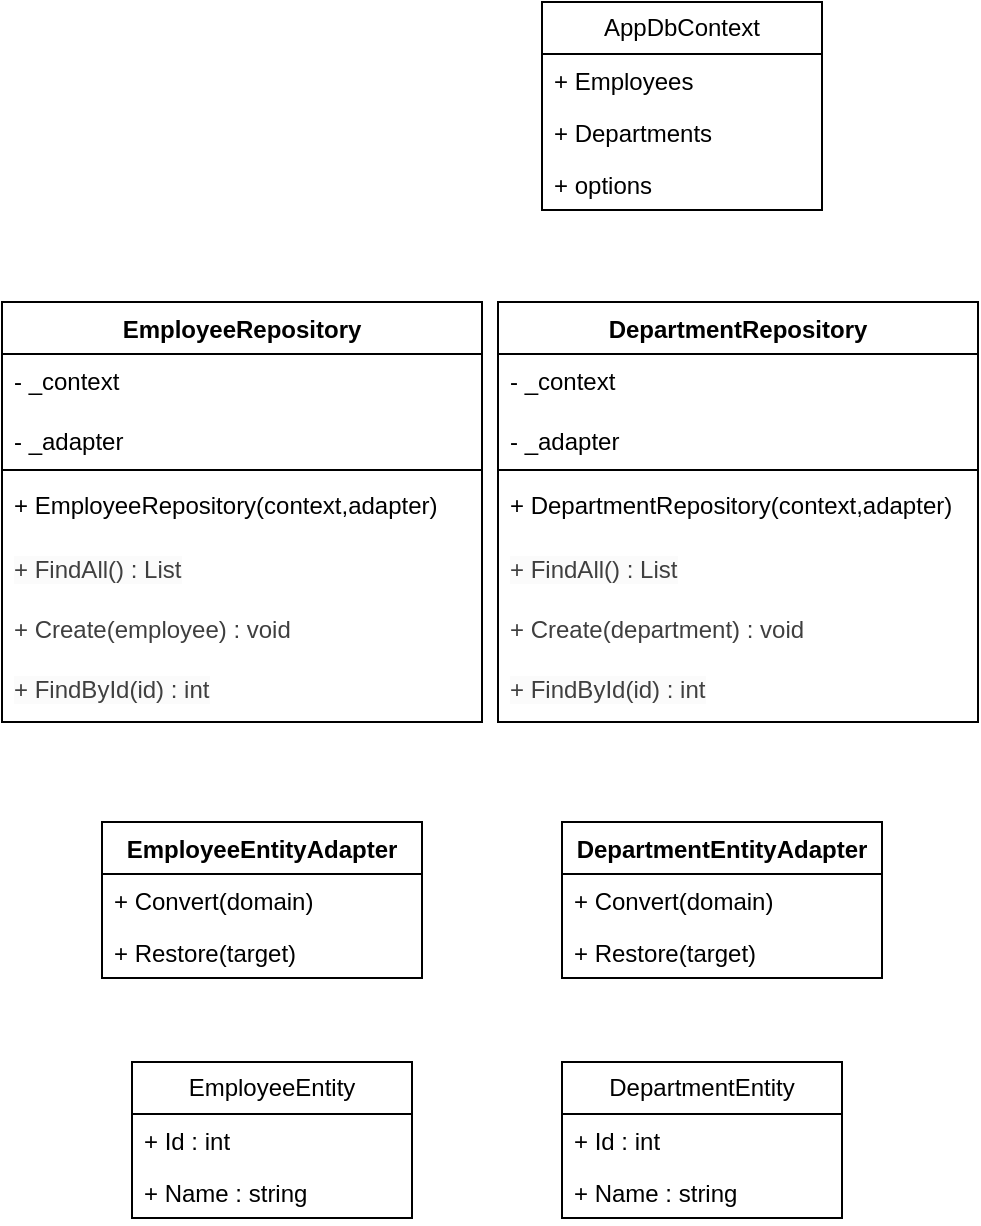
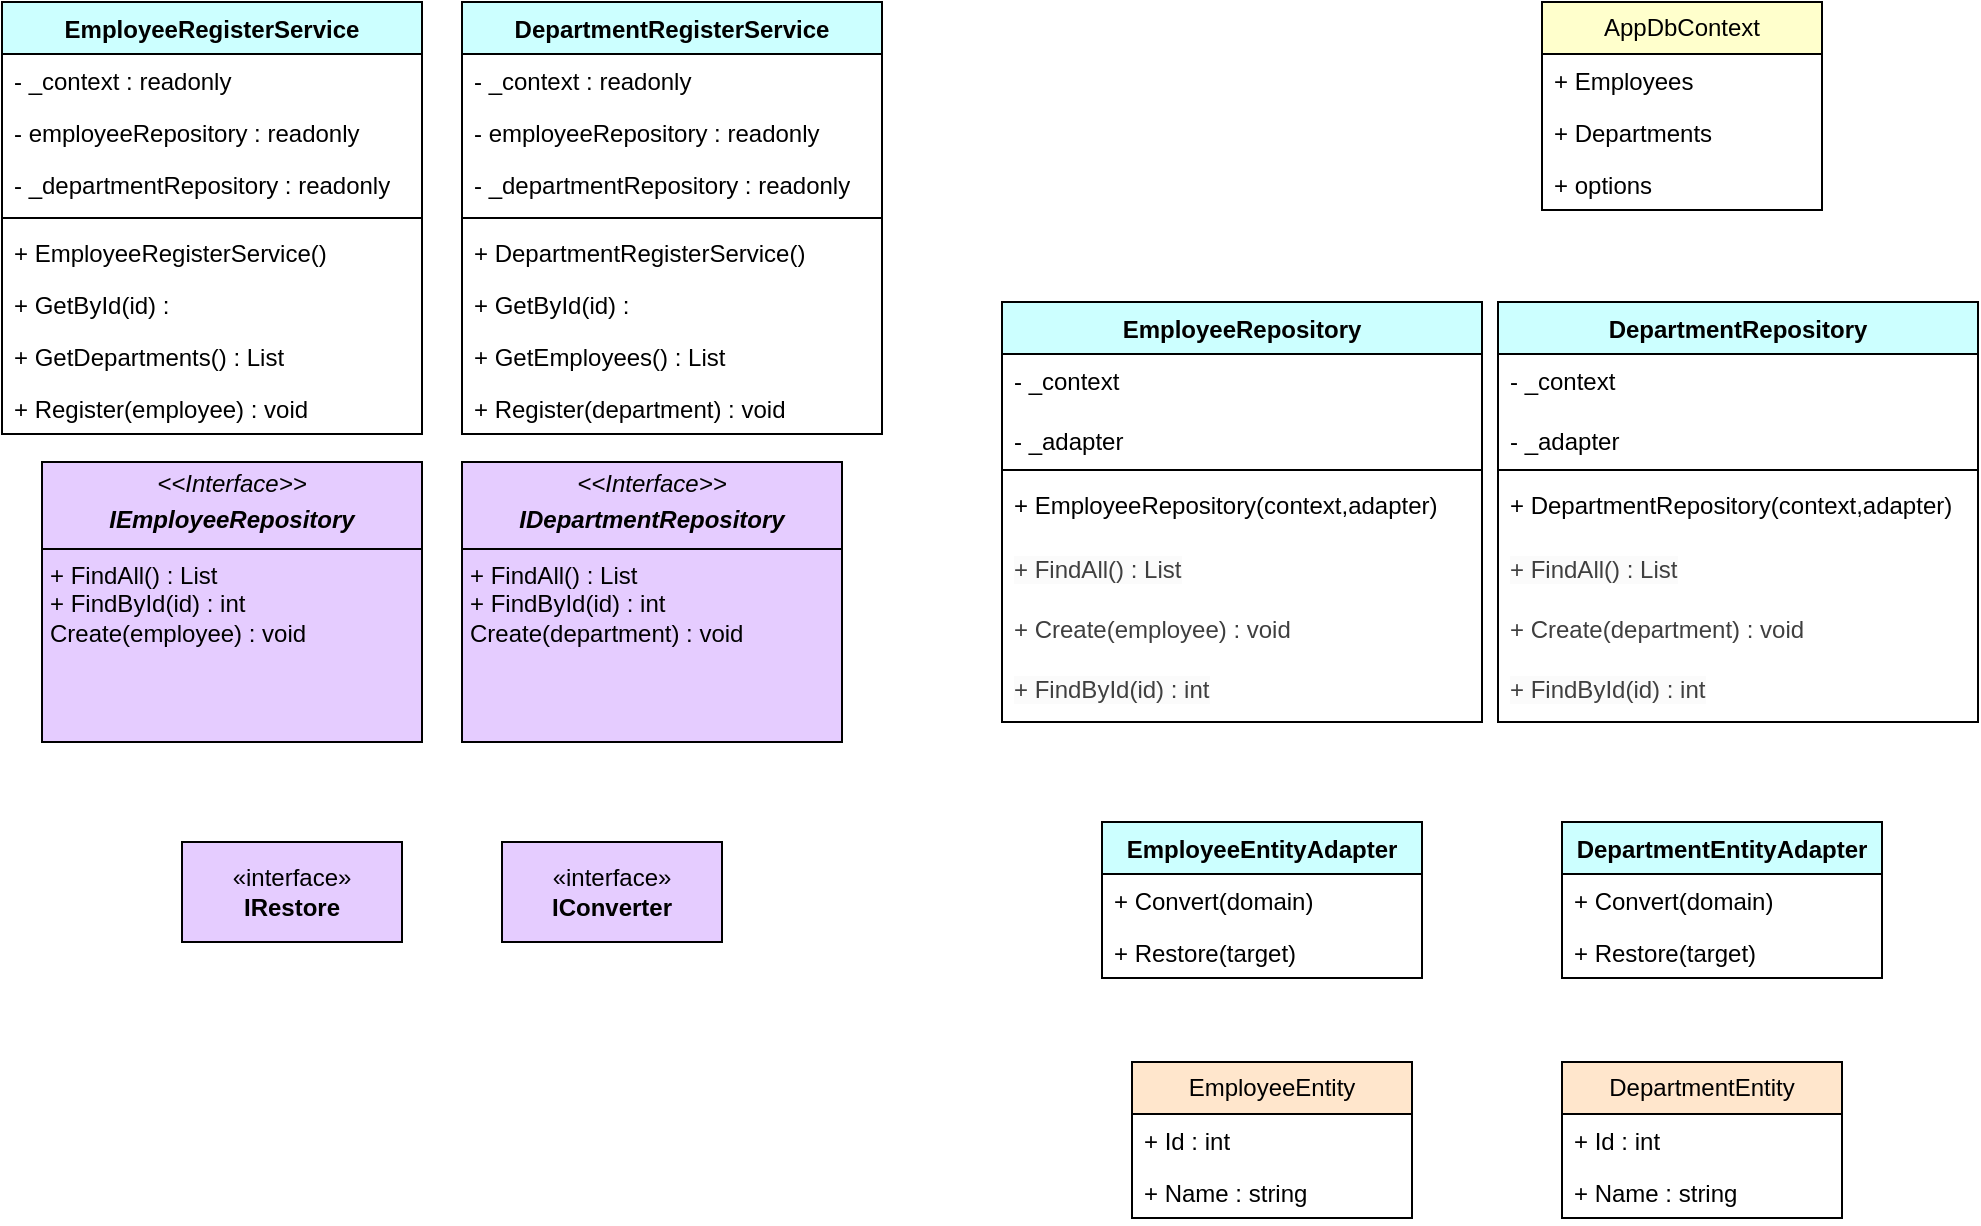
<mxfile host="65bd71144e">
    <diagram id="IGtY7Dwzj6m-QLftOtb3" name="ページ1">
-         <mxGraphModel dx="-2035" dy="8423" grid="1" gridSize="10" guides="1" tooltips="1" connect="1" arrows="1" fold="1" page="1" pageScale="1" pageWidth="827" pageHeight="1169" math="0" shadow="0">
+         <mxGraphModel dx="-1326" dy="8602" grid="1" gridSize="10" guides="1" tooltips="1" connect="1" arrows="1" fold="1" page="1" pageScale="1" pageWidth="827" pageHeight="1169" math="0" shadow="0">
            <root>
                <mxCell id="0"/>
                <mxCell id="1" parent="0"/>
-                 <mxCell id="2" value="AppDbContext" style="swimlane;fontStyle=0;childLayout=stackLayout;horizontal=1;startSize=26;fillColor=none;horizontalStack=0;resizeParent=1;resizeParentMax=0;resizeLast=0;collapsible=1;marginBottom=0;whiteSpace=wrap;html=1;" vertex="1" parent="1">
+                 <mxCell id="2" value="AppDbContext" style="swimlane;fontStyle=0;childLayout=stackLayout;horizontal=1;startSize=26;fillColor=#FFFFCC;horizontalStack=0;resizeParent=1;resizeParentMax=0;resizeLast=0;collapsible=1;marginBottom=0;whiteSpace=wrap;html=1;" parent="1" vertex="1">
                    <mxGeometry x="3100" y="-7220" width="140" height="104" as="geometry"/>
                </mxCell>
-                 <mxCell id="3" value="+ Employees" style="text;strokeColor=none;fillColor=none;align=left;verticalAlign=top;spacingLeft=4;spacingRight=4;overflow=hidden;rotatable=0;points=[[0,0.5],[1,0.5]];portConstraint=eastwest;whiteSpace=wrap;html=1;" vertex="1" parent="2">
+                 <mxCell id="3" value="+ Employees" style="text;strokeColor=none;fillColor=none;align=left;verticalAlign=top;spacingLeft=4;spacingRight=4;overflow=hidden;rotatable=0;points=[[0,0.5],[1,0.5]];portConstraint=eastwest;whiteSpace=wrap;html=1;" parent="2" vertex="1">
                    <mxGeometry y="26" width="140" height="26" as="geometry"/>
                </mxCell>
-                 <mxCell id="4" value="+ Departments" style="text;strokeColor=none;fillColor=none;align=left;verticalAlign=top;spacingLeft=4;spacingRight=4;overflow=hidden;rotatable=0;points=[[0,0.5],[1,0.5]];portConstraint=eastwest;whiteSpace=wrap;html=1;" vertex="1" parent="2">
+                 <mxCell id="4" value="+ Departments" style="text;strokeColor=none;fillColor=none;align=left;verticalAlign=top;spacingLeft=4;spacingRight=4;overflow=hidden;rotatable=0;points=[[0,0.5],[1,0.5]];portConstraint=eastwest;whiteSpace=wrap;html=1;" parent="2" vertex="1">
                    <mxGeometry y="52" width="140" height="26" as="geometry"/>
                </mxCell>
-                 <mxCell id="5" value="+ options" style="text;strokeColor=none;fillColor=none;align=left;verticalAlign=top;spacingLeft=4;spacingRight=4;overflow=hidden;rotatable=0;points=[[0,0.5],[1,0.5]];portConstraint=eastwest;whiteSpace=wrap;html=1;" vertex="1" parent="2">
+                 <mxCell id="5" value="+ options" style="text;strokeColor=none;fillColor=none;align=left;verticalAlign=top;spacingLeft=4;spacingRight=4;overflow=hidden;rotatable=0;points=[[0,0.5],[1,0.5]];portConstraint=eastwest;whiteSpace=wrap;html=1;" parent="2" vertex="1">
                    <mxGeometry y="78" width="140" height="26" as="geometry"/>
                </mxCell>
-                 <mxCell id="10" value="&lt;span style=&quot;color: rgb(0, 0, 0);&quot;&gt;DepartmentRepository&lt;/span&gt;" style="swimlane;fontStyle=1;align=center;verticalAlign=top;childLayout=stackLayout;horizontal=1;startSize=26;horizontalStack=0;resizeParent=1;resizeParentMax=0;resizeLast=0;collapsible=1;marginBottom=0;whiteSpace=wrap;html=1;" vertex="1" parent="1">
+                 <mxCell id="10" value="&lt;span style=&quot;color: rgb(0, 0, 0);&quot;&gt;DepartmentRepository&lt;/span&gt;" style="swimlane;fontStyle=1;align=center;verticalAlign=top;childLayout=stackLayout;horizontal=1;startSize=26;horizontalStack=0;resizeParent=1;resizeParentMax=0;resizeLast=0;collapsible=1;marginBottom=0;whiteSpace=wrap;html=1;fillColor=#CCFFFF;" parent="1" vertex="1">
                    <mxGeometry x="3078" y="-7070" width="240" height="210" as="geometry"/>
                </mxCell>
-                 <mxCell id="11" value="&lt;span style=&quot;color: rgb(0, 0, 0);&quot;&gt;- _context&lt;/span&gt;" style="text;strokeColor=none;fillColor=none;align=left;verticalAlign=top;spacingLeft=4;spacingRight=4;overflow=hidden;rotatable=0;points=[[0,0.5],[1,0.5]];portConstraint=eastwest;whiteSpace=wrap;html=1;" vertex="1" parent="10">
+                 <mxCell id="11" value="&lt;span style=&quot;color: rgb(0, 0, 0);&quot;&gt;- _context&lt;/span&gt;" style="text;strokeColor=none;fillColor=none;align=left;verticalAlign=top;spacingLeft=4;spacingRight=4;overflow=hidden;rotatable=0;points=[[0,0.5],[1,0.5]];portConstraint=eastwest;whiteSpace=wrap;html=1;" parent="10" vertex="1">
                    <mxGeometry y="26" width="240" height="30" as="geometry"/>
                </mxCell>
-                 <mxCell id="17" value="&lt;span style=&quot;color: rgb(0, 0, 0);&quot;&gt;- _adapter&lt;/span&gt;" style="text;strokeColor=none;fillColor=none;align=left;verticalAlign=top;spacingLeft=4;spacingRight=4;overflow=hidden;rotatable=0;points=[[0,0.5],[1,0.5]];portConstraint=eastwest;whiteSpace=wrap;html=1;" vertex="1" parent="10">
+                 <mxCell id="17" value="&lt;span style=&quot;color: rgb(0, 0, 0);&quot;&gt;- _adapter&lt;/span&gt;" style="text;strokeColor=none;fillColor=none;align=left;verticalAlign=top;spacingLeft=4;spacingRight=4;overflow=hidden;rotatable=0;points=[[0,0.5],[1,0.5]];portConstraint=eastwest;whiteSpace=wrap;html=1;" parent="10" vertex="1">
                    <mxGeometry y="56" width="240" height="24" as="geometry"/>
                </mxCell>
-                 <mxCell id="12" value="" style="line;strokeWidth=1;fillColor=none;align=left;verticalAlign=middle;spacingTop=-1;spacingLeft=3;spacingRight=3;rotatable=0;labelPosition=right;points=[];portConstraint=eastwest;strokeColor=inherit;" vertex="1" parent="10">
+                 <mxCell id="12" value="" style="line;strokeWidth=1;fillColor=none;align=left;verticalAlign=middle;spacingTop=-1;spacingLeft=3;spacingRight=3;rotatable=0;labelPosition=right;points=[];portConstraint=eastwest;strokeColor=inherit;" parent="10" vertex="1">
                    <mxGeometry y="80" width="240" height="8" as="geometry"/>
                </mxCell>
-                 <mxCell id="13" value="+ DepartmentRepository(context,adapter)" style="text;strokeColor=none;fillColor=none;align=left;verticalAlign=top;spacingLeft=4;spacingRight=4;overflow=hidden;rotatable=0;points=[[0,0.5],[1,0.5]];portConstraint=eastwest;whiteSpace=wrap;html=1;" vertex="1" parent="10">
+                 <mxCell id="13" value="+ DepartmentRepository(context,adapter)" style="text;strokeColor=none;fillColor=none;align=left;verticalAlign=top;spacingLeft=4;spacingRight=4;overflow=hidden;rotatable=0;points=[[0,0.5],[1,0.5]];portConstraint=eastwest;whiteSpace=wrap;html=1;" parent="10" vertex="1">
                    <mxGeometry y="88" width="240" height="32" as="geometry"/>
                </mxCell>
-                 <mxCell id="16" value="&lt;div style=&quot;forced-color-adjust: none; color: rgb(63, 63, 63); scrollbar-color: rgb(226, 226, 226) rgb(251, 251, 251); font-family: Helvetica; font-size: 12px; font-style: normal; font-variant-ligatures: normal; font-variant-caps: normal; font-weight: 400; letter-spacing: normal; orphans: 2; text-align: left; text-indent: 0px; text-transform: none; widows: 2; word-spacing: 0px; -webkit-text-stroke-width: 0px; white-space: normal; background-color: rgb(251, 251, 251); text-decoration-thickness: initial; text-decoration-style: initial; text-decoration-color: initial;&quot;&gt;+ FindAll() : List&lt;/div&gt;" style="text;strokeColor=none;fillColor=none;align=left;verticalAlign=top;spacingLeft=4;spacingRight=4;overflow=hidden;rotatable=0;points=[[0,0.5],[1,0.5]];portConstraint=eastwest;whiteSpace=wrap;html=1;" vertex="1" parent="10">
+                 <mxCell id="16" value="&lt;div style=&quot;forced-color-adjust: none; color: rgb(63, 63, 63); scrollbar-color: rgb(226, 226, 226) rgb(251, 251, 251); font-family: Helvetica; font-size: 12px; font-style: normal; font-variant-ligatures: normal; font-variant-caps: normal; font-weight: 400; letter-spacing: normal; orphans: 2; text-align: left; text-indent: 0px; text-transform: none; widows: 2; word-spacing: 0px; -webkit-text-stroke-width: 0px; white-space: normal; background-color: rgb(251, 251, 251); text-decoration-thickness: initial; text-decoration-style: initial; text-decoration-color: initial;&quot;&gt;+ FindAll() : List&lt;/div&gt;" style="text;strokeColor=none;fillColor=none;align=left;verticalAlign=top;spacingLeft=4;spacingRight=4;overflow=hidden;rotatable=0;points=[[0,0.5],[1,0.5]];portConstraint=eastwest;whiteSpace=wrap;html=1;" parent="10" vertex="1">
                    <mxGeometry y="120" width="240" height="30" as="geometry"/>
                </mxCell>
-                 <mxCell id="14" value="&lt;div style=&quot;forced-color-adjust: none; color: rgb(63, 63, 63); scrollbar-color: rgb(226, 226, 226) rgb(251, 251, 251);&quot;&gt;+ Create(department) : void&lt;/div&gt;&lt;div style=&quot;forced-color-adjust: none; color: rgb(63, 63, 63); scrollbar-color: rgb(226, 226, 226) rgb(251, 251, 251);&quot;&gt;&lt;br&gt;&lt;/div&gt;" style="text;strokeColor=none;fillColor=none;align=left;verticalAlign=top;spacingLeft=4;spacingRight=4;overflow=hidden;rotatable=0;points=[[0,0.5],[1,0.5]];portConstraint=eastwest;whiteSpace=wrap;html=1;" vertex="1" parent="10">
+                 <mxCell id="14" value="&lt;div style=&quot;forced-color-adjust: none; color: rgb(63, 63, 63); scrollbar-color: rgb(226, 226, 226) rgb(251, 251, 251);&quot;&gt;+ Create(department) : void&lt;/div&gt;&lt;div style=&quot;forced-color-adjust: none; color: rgb(63, 63, 63); scrollbar-color: rgb(226, 226, 226) rgb(251, 251, 251);&quot;&gt;&lt;br&gt;&lt;/div&gt;" style="text;strokeColor=none;fillColor=none;align=left;verticalAlign=top;spacingLeft=4;spacingRight=4;overflow=hidden;rotatable=0;points=[[0,0.5],[1,0.5]];portConstraint=eastwest;whiteSpace=wrap;html=1;" parent="10" vertex="1">
                    <mxGeometry y="150" width="240" height="30" as="geometry"/>
                </mxCell>
-                 <mxCell id="15" value="&lt;div style=&quot;forced-color-adjust: none; color: rgb(63, 63, 63); scrollbar-color: rgb(226, 226, 226) rgb(251, 251, 251); font-family: Helvetica; font-size: 12px; font-style: normal; font-variant-ligatures: normal; font-variant-caps: normal; font-weight: 400; letter-spacing: normal; orphans: 2; text-align: left; text-indent: 0px; text-transform: none; widows: 2; word-spacing: 0px; -webkit-text-stroke-width: 0px; white-space: normal; background-color: rgb(251, 251, 251); text-decoration-thickness: initial; text-decoration-style: initial; text-decoration-color: initial;&quot;&gt;+ FindById(id) : int&lt;/div&gt;&lt;div&gt;&lt;br/&gt;&lt;/div&gt;" style="text;strokeColor=none;fillColor=none;align=left;verticalAlign=top;spacingLeft=4;spacingRight=4;overflow=hidden;rotatable=0;points=[[0,0.5],[1,0.5]];portConstraint=eastwest;whiteSpace=wrap;html=1;" vertex="1" parent="10">
+                 <mxCell id="15" value="&lt;div style=&quot;forced-color-adjust: none; color: rgb(63, 63, 63); scrollbar-color: rgb(226, 226, 226) rgb(251, 251, 251); font-family: Helvetica; font-size: 12px; font-style: normal; font-variant-ligatures: normal; font-variant-caps: normal; font-weight: 400; letter-spacing: normal; orphans: 2; text-align: left; text-indent: 0px; text-transform: none; widows: 2; word-spacing: 0px; -webkit-text-stroke-width: 0px; white-space: normal; background-color: rgb(251, 251, 251); text-decoration-thickness: initial; text-decoration-style: initial; text-decoration-color: initial;&quot;&gt;+ FindById(id) : int&lt;/div&gt;&lt;div&gt;&lt;br/&gt;&lt;/div&gt;" style="text;strokeColor=none;fillColor=none;align=left;verticalAlign=top;spacingLeft=4;spacingRight=4;overflow=hidden;rotatable=0;points=[[0,0.5],[1,0.5]];portConstraint=eastwest;whiteSpace=wrap;html=1;" parent="10" vertex="1">
                    <mxGeometry y="180" width="240" height="30" as="geometry"/>
                </mxCell>
-                 <mxCell id="18" value="&lt;span style=&quot;color: rgb(0, 0, 0);&quot;&gt;EmployeeRepository&lt;/span&gt;" style="swimlane;fontStyle=1;align=center;verticalAlign=top;childLayout=stackLayout;horizontal=1;startSize=26;horizontalStack=0;resizeParent=1;resizeParentMax=0;resizeLast=0;collapsible=1;marginBottom=0;whiteSpace=wrap;html=1;" vertex="1" parent="1">
+                 <mxCell id="18" value="&lt;span style=&quot;color: rgb(0, 0, 0);&quot;&gt;EmployeeRepository&lt;/span&gt;" style="swimlane;fontStyle=1;align=center;verticalAlign=top;childLayout=stackLayout;horizontal=1;startSize=26;horizontalStack=0;resizeParent=1;resizeParentMax=0;resizeLast=0;collapsible=1;marginBottom=0;whiteSpace=wrap;html=1;fillColor=#CCFFFF;" parent="1" vertex="1">
                    <mxGeometry x="2830" y="-7070" width="240" height="210" as="geometry"/>
                </mxCell>
-                 <mxCell id="19" value="&lt;span style=&quot;color: rgb(0, 0, 0);&quot;&gt;- _context&lt;/span&gt;" style="text;strokeColor=none;fillColor=none;align=left;verticalAlign=top;spacingLeft=4;spacingRight=4;overflow=hidden;rotatable=0;points=[[0,0.5],[1,0.5]];portConstraint=eastwest;whiteSpace=wrap;html=1;" vertex="1" parent="18">
+                 <mxCell id="19" value="&lt;span style=&quot;color: rgb(0, 0, 0);&quot;&gt;- _context&lt;/span&gt;" style="text;strokeColor=none;fillColor=none;align=left;verticalAlign=top;spacingLeft=4;spacingRight=4;overflow=hidden;rotatable=0;points=[[0,0.5],[1,0.5]];portConstraint=eastwest;whiteSpace=wrap;html=1;" parent="18" vertex="1">
                    <mxGeometry y="26" width="240" height="30" as="geometry"/>
                </mxCell>
-                 <mxCell id="20" value="&lt;span style=&quot;color: rgb(0, 0, 0);&quot;&gt;- _adapter&lt;/span&gt;" style="text;strokeColor=none;fillColor=none;align=left;verticalAlign=top;spacingLeft=4;spacingRight=4;overflow=hidden;rotatable=0;points=[[0,0.5],[1,0.5]];portConstraint=eastwest;whiteSpace=wrap;html=1;" vertex="1" parent="18">
+                 <mxCell id="20" value="&lt;span style=&quot;color: rgb(0, 0, 0);&quot;&gt;- _adapter&lt;/span&gt;" style="text;strokeColor=none;fillColor=none;align=left;verticalAlign=top;spacingLeft=4;spacingRight=4;overflow=hidden;rotatable=0;points=[[0,0.5],[1,0.5]];portConstraint=eastwest;whiteSpace=wrap;html=1;" parent="18" vertex="1">
                    <mxGeometry y="56" width="240" height="24" as="geometry"/>
                </mxCell>
-                 <mxCell id="21" value="" style="line;strokeWidth=1;fillColor=none;align=left;verticalAlign=middle;spacingTop=-1;spacingLeft=3;spacingRight=3;rotatable=0;labelPosition=right;points=[];portConstraint=eastwest;strokeColor=inherit;" vertex="1" parent="18">
+                 <mxCell id="21" value="" style="line;strokeWidth=1;fillColor=none;align=left;verticalAlign=middle;spacingTop=-1;spacingLeft=3;spacingRight=3;rotatable=0;labelPosition=right;points=[];portConstraint=eastwest;strokeColor=inherit;" parent="18" vertex="1">
                    <mxGeometry y="80" width="240" height="8" as="geometry"/>
                </mxCell>
-                 <mxCell id="22" value="+ EmployeeRepository(context,adapter)" style="text;strokeColor=none;fillColor=none;align=left;verticalAlign=top;spacingLeft=4;spacingRight=4;overflow=hidden;rotatable=0;points=[[0,0.5],[1,0.5]];portConstraint=eastwest;whiteSpace=wrap;html=1;" vertex="1" parent="18">
+                 <mxCell id="22" value="+ EmployeeRepository(context,adapter)" style="text;strokeColor=none;fillColor=none;align=left;verticalAlign=top;spacingLeft=4;spacingRight=4;overflow=hidden;rotatable=0;points=[[0,0.5],[1,0.5]];portConstraint=eastwest;whiteSpace=wrap;html=1;" parent="18" vertex="1">
                    <mxGeometry y="88" width="240" height="32" as="geometry"/>
                </mxCell>
-                 <mxCell id="23" value="&lt;div style=&quot;forced-color-adjust: none; color: rgb(63, 63, 63); scrollbar-color: rgb(226, 226, 226) rgb(251, 251, 251); font-family: Helvetica; font-size: 12px; font-style: normal; font-variant-ligatures: normal; font-variant-caps: normal; font-weight: 400; letter-spacing: normal; orphans: 2; text-align: left; text-indent: 0px; text-transform: none; widows: 2; word-spacing: 0px; -webkit-text-stroke-width: 0px; white-space: normal; background-color: rgb(251, 251, 251); text-decoration-thickness: initial; text-decoration-style: initial; text-decoration-color: initial;&quot;&gt;+ FindAll() : List&lt;/div&gt;" style="text;strokeColor=none;fillColor=none;align=left;verticalAlign=top;spacingLeft=4;spacingRight=4;overflow=hidden;rotatable=0;points=[[0,0.5],[1,0.5]];portConstraint=eastwest;whiteSpace=wrap;html=1;" vertex="1" parent="18">
+                 <mxCell id="23" value="&lt;div style=&quot;forced-color-adjust: none; color: rgb(63, 63, 63); scrollbar-color: rgb(226, 226, 226) rgb(251, 251, 251); font-family: Helvetica; font-size: 12px; font-style: normal; font-variant-ligatures: normal; font-variant-caps: normal; font-weight: 400; letter-spacing: normal; orphans: 2; text-align: left; text-indent: 0px; text-transform: none; widows: 2; word-spacing: 0px; -webkit-text-stroke-width: 0px; white-space: normal; background-color: rgb(251, 251, 251); text-decoration-thickness: initial; text-decoration-style: initial; text-decoration-color: initial;&quot;&gt;+ FindAll() : List&lt;/div&gt;" style="text;strokeColor=none;fillColor=none;align=left;verticalAlign=top;spacingLeft=4;spacingRight=4;overflow=hidden;rotatable=0;points=[[0,0.5],[1,0.5]];portConstraint=eastwest;whiteSpace=wrap;html=1;" parent="18" vertex="1">
                    <mxGeometry y="120" width="240" height="30" as="geometry"/>
                </mxCell>
-                 <mxCell id="24" value="&lt;div style=&quot;forced-color-adjust: none; color: rgb(63, 63, 63); scrollbar-color: rgb(226, 226, 226) rgb(251, 251, 251);&quot;&gt;+ Create(employee) : void&lt;/div&gt;" style="text;strokeColor=none;fillColor=none;align=left;verticalAlign=top;spacingLeft=4;spacingRight=4;overflow=hidden;rotatable=0;points=[[0,0.5],[1,0.5]];portConstraint=eastwest;whiteSpace=wrap;html=1;" vertex="1" parent="18">
+                 <mxCell id="24" value="&lt;div style=&quot;forced-color-adjust: none; color: rgb(63, 63, 63); scrollbar-color: rgb(226, 226, 226) rgb(251, 251, 251);&quot;&gt;+ Create(employee) : void&lt;/div&gt;" style="text;strokeColor=none;fillColor=none;align=left;verticalAlign=top;spacingLeft=4;spacingRight=4;overflow=hidden;rotatable=0;points=[[0,0.5],[1,0.5]];portConstraint=eastwest;whiteSpace=wrap;html=1;" parent="18" vertex="1">
                    <mxGeometry y="150" width="240" height="30" as="geometry"/>
                </mxCell>
-                 <mxCell id="25" value="&lt;div style=&quot;forced-color-adjust: none; color: rgb(63, 63, 63); scrollbar-color: rgb(226, 226, 226) rgb(251, 251, 251); font-family: Helvetica; font-size: 12px; font-style: normal; font-variant-ligatures: normal; font-variant-caps: normal; font-weight: 400; letter-spacing: normal; orphans: 2; text-align: left; text-indent: 0px; text-transform: none; widows: 2; word-spacing: 0px; -webkit-text-stroke-width: 0px; white-space: normal; background-color: rgb(251, 251, 251); text-decoration-thickness: initial; text-decoration-style: initial; text-decoration-color: initial;&quot;&gt;+ FindById(id) : int&lt;/div&gt;&lt;div&gt;&lt;br/&gt;&lt;/div&gt;" style="text;strokeColor=none;fillColor=none;align=left;verticalAlign=top;spacingLeft=4;spacingRight=4;overflow=hidden;rotatable=0;points=[[0,0.5],[1,0.5]];portConstraint=eastwest;whiteSpace=wrap;html=1;" vertex="1" parent="18">
+                 <mxCell id="25" value="&lt;div style=&quot;forced-color-adjust: none; color: rgb(63, 63, 63); scrollbar-color: rgb(226, 226, 226) rgb(251, 251, 251); font-family: Helvetica; font-size: 12px; font-style: normal; font-variant-ligatures: normal; font-variant-caps: normal; font-weight: 400; letter-spacing: normal; orphans: 2; text-align: left; text-indent: 0px; text-transform: none; widows: 2; word-spacing: 0px; -webkit-text-stroke-width: 0px; white-space: normal; background-color: rgb(251, 251, 251); text-decoration-thickness: initial; text-decoration-style: initial; text-decoration-color: initial;&quot;&gt;+ FindById(id) : int&lt;/div&gt;&lt;div&gt;&lt;br/&gt;&lt;/div&gt;" style="text;strokeColor=none;fillColor=none;align=left;verticalAlign=top;spacingLeft=4;spacingRight=4;overflow=hidden;rotatable=0;points=[[0,0.5],[1,0.5]];portConstraint=eastwest;whiteSpace=wrap;html=1;" parent="18" vertex="1">
                    <mxGeometry y="180" width="240" height="30" as="geometry"/>
                </mxCell>
-                 <mxCell id="26" value="DepartmentEntityAdapter" style="swimlane;fontStyle=1;align=center;verticalAlign=top;childLayout=stackLayout;horizontal=1;startSize=26;horizontalStack=0;resizeParent=1;resizeParentMax=0;resizeLast=0;collapsible=1;marginBottom=0;whiteSpace=wrap;html=1;" vertex="1" parent="1">
+                 <mxCell id="26" value="DepartmentEntityAdapter" style="swimlane;fontStyle=1;align=center;verticalAlign=top;childLayout=stackLayout;horizontal=1;startSize=26;horizontalStack=0;resizeParent=1;resizeParentMax=0;resizeLast=0;collapsible=1;marginBottom=0;whiteSpace=wrap;html=1;fillColor=#CCFFFF;" parent="1" vertex="1">
                    <mxGeometry x="3110" y="-6810" width="160" height="78" as="geometry"/>
                </mxCell>
-                 <mxCell id="27" value="+ Convert(domain)&amp;nbsp;" style="text;strokeColor=none;fillColor=none;align=left;verticalAlign=top;spacingLeft=4;spacingRight=4;overflow=hidden;rotatable=0;points=[[0,0.5],[1,0.5]];portConstraint=eastwest;whiteSpace=wrap;html=1;" vertex="1" parent="26">
+                 <mxCell id="27" value="+ Convert(domain)&amp;nbsp;" style="text;strokeColor=none;fillColor=none;align=left;verticalAlign=top;spacingLeft=4;spacingRight=4;overflow=hidden;rotatable=0;points=[[0,0.5],[1,0.5]];portConstraint=eastwest;whiteSpace=wrap;html=1;" parent="26" vertex="1">
                    <mxGeometry y="26" width="160" height="26" as="geometry"/>
                </mxCell>
-                 <mxCell id="30" value="+ Restore(target)&amp;nbsp;" style="text;strokeColor=none;fillColor=none;align=left;verticalAlign=top;spacingLeft=4;spacingRight=4;overflow=hidden;rotatable=0;points=[[0,0.5],[1,0.5]];portConstraint=eastwest;whiteSpace=wrap;html=1;" vertex="1" parent="26">
+                 <mxCell id="30" value="+ Restore(target)&amp;nbsp;" style="text;strokeColor=none;fillColor=none;align=left;verticalAlign=top;spacingLeft=4;spacingRight=4;overflow=hidden;rotatable=0;points=[[0,0.5],[1,0.5]];portConstraint=eastwest;whiteSpace=wrap;html=1;" parent="26" vertex="1">
                    <mxGeometry y="52" width="160" height="26" as="geometry"/>
                </mxCell>
-                 <mxCell id="31" value="EmployeeEntityAdapter" style="swimlane;fontStyle=1;align=center;verticalAlign=top;childLayout=stackLayout;horizontal=1;startSize=26;horizontalStack=0;resizeParent=1;resizeParentMax=0;resizeLast=0;collapsible=1;marginBottom=0;whiteSpace=wrap;html=1;" vertex="1" parent="1">
+                 <mxCell id="31" value="EmployeeEntityAdapter" style="swimlane;fontStyle=1;align=center;verticalAlign=top;childLayout=stackLayout;horizontal=1;startSize=26;horizontalStack=0;resizeParent=1;resizeParentMax=0;resizeLast=0;collapsible=1;marginBottom=0;whiteSpace=wrap;html=1;fillColor=#CCFFFF;" parent="1" vertex="1">
                    <mxGeometry x="2880" y="-6810" width="160" height="78" as="geometry"/>
                </mxCell>
-                 <mxCell id="32" value="+ Convert(domain)&amp;nbsp;" style="text;strokeColor=none;fillColor=none;align=left;verticalAlign=top;spacingLeft=4;spacingRight=4;overflow=hidden;rotatable=0;points=[[0,0.5],[1,0.5]];portConstraint=eastwest;whiteSpace=wrap;html=1;" vertex="1" parent="31">
+                 <mxCell id="32" value="+ Convert(domain)&amp;nbsp;" style="text;strokeColor=none;fillColor=none;align=left;verticalAlign=top;spacingLeft=4;spacingRight=4;overflow=hidden;rotatable=0;points=[[0,0.5],[1,0.5]];portConstraint=eastwest;whiteSpace=wrap;html=1;" parent="31" vertex="1">
                    <mxGeometry y="26" width="160" height="26" as="geometry"/>
                </mxCell>
-                 <mxCell id="33" value="+ Restore(target)&amp;nbsp;" style="text;strokeColor=none;fillColor=none;align=left;verticalAlign=top;spacingLeft=4;spacingRight=4;overflow=hidden;rotatable=0;points=[[0,0.5],[1,0.5]];portConstraint=eastwest;whiteSpace=wrap;html=1;" vertex="1" parent="31">
+                 <mxCell id="33" value="+ Restore(target)&amp;nbsp;" style="text;strokeColor=none;fillColor=none;align=left;verticalAlign=top;spacingLeft=4;spacingRight=4;overflow=hidden;rotatable=0;points=[[0,0.5],[1,0.5]];portConstraint=eastwest;whiteSpace=wrap;html=1;" parent="31" vertex="1">
                    <mxGeometry y="52" width="160" height="26" as="geometry"/>
                </mxCell>
-                 <mxCell id="38" value="DepartmentEntity" style="swimlane;fontStyle=0;childLayout=stackLayout;horizontal=1;startSize=26;fillColor=none;horizontalStack=0;resizeParent=1;resizeParentMax=0;resizeLast=0;collapsible=1;marginBottom=0;whiteSpace=wrap;html=1;" vertex="1" parent="1">
+                 <mxCell id="38" value="DepartmentEntity" style="swimlane;fontStyle=0;childLayout=stackLayout;horizontal=1;startSize=26;fillColor=#FFE6CC;horizontalStack=0;resizeParent=1;resizeParentMax=0;resizeLast=0;collapsible=1;marginBottom=0;whiteSpace=wrap;html=1;" parent="1" vertex="1">
                    <mxGeometry x="3110" y="-6690" width="140" height="78" as="geometry"/>
                </mxCell>
-                 <mxCell id="39" value="+ Id : int" style="text;strokeColor=none;fillColor=none;align=left;verticalAlign=top;spacingLeft=4;spacingRight=4;overflow=hidden;rotatable=0;points=[[0,0.5],[1,0.5]];portConstraint=eastwest;whiteSpace=wrap;html=1;" vertex="1" parent="38">
+                 <mxCell id="39" value="+ Id : int" style="text;strokeColor=none;fillColor=none;align=left;verticalAlign=top;spacingLeft=4;spacingRight=4;overflow=hidden;rotatable=0;points=[[0,0.5],[1,0.5]];portConstraint=eastwest;whiteSpace=wrap;html=1;" parent="38" vertex="1">
                    <mxGeometry y="26" width="140" height="26" as="geometry"/>
                </mxCell>
-                 <mxCell id="40" value="+ Name : string" style="text;strokeColor=none;fillColor=none;align=left;verticalAlign=top;spacingLeft=4;spacingRight=4;overflow=hidden;rotatable=0;points=[[0,0.5],[1,0.5]];portConstraint=eastwest;whiteSpace=wrap;html=1;" vertex="1" parent="38">
+                 <mxCell id="40" value="+ Name : string" style="text;strokeColor=none;fillColor=none;align=left;verticalAlign=top;spacingLeft=4;spacingRight=4;overflow=hidden;rotatable=0;points=[[0,0.5],[1,0.5]];portConstraint=eastwest;whiteSpace=wrap;html=1;" parent="38" vertex="1">
                    <mxGeometry y="52" width="140" height="26" as="geometry"/>
                </mxCell>
-                 <mxCell id="42" value="EmployeeEntity" style="swimlane;fontStyle=0;childLayout=stackLayout;horizontal=1;startSize=26;fillColor=none;horizontalStack=0;resizeParent=1;resizeParentMax=0;resizeLast=0;collapsible=1;marginBottom=0;whiteSpace=wrap;html=1;" vertex="1" parent="1">
+                 <mxCell id="42" value="EmployeeEntity" style="swimlane;fontStyle=0;childLayout=stackLayout;horizontal=1;startSize=26;fillColor=#FFE6CC;horizontalStack=0;resizeParent=1;resizeParentMax=0;resizeLast=0;collapsible=1;marginBottom=0;whiteSpace=wrap;html=1;" parent="1" vertex="1">
                    <mxGeometry x="2895" y="-6690" width="140" height="78" as="geometry"/>
                </mxCell>
-                 <mxCell id="43" value="+ Id : int" style="text;strokeColor=none;fillColor=none;align=left;verticalAlign=top;spacingLeft=4;spacingRight=4;overflow=hidden;rotatable=0;points=[[0,0.5],[1,0.5]];portConstraint=eastwest;whiteSpace=wrap;html=1;" vertex="1" parent="42">
+                 <mxCell id="43" value="+ Id : int" style="text;strokeColor=none;fillColor=none;align=left;verticalAlign=top;spacingLeft=4;spacingRight=4;overflow=hidden;rotatable=0;points=[[0,0.5],[1,0.5]];portConstraint=eastwest;whiteSpace=wrap;html=1;" parent="42" vertex="1">
                    <mxGeometry y="26" width="140" height="26" as="geometry"/>
                </mxCell>
-                 <mxCell id="44" value="+ Name : string" style="text;strokeColor=none;fillColor=none;align=left;verticalAlign=top;spacingLeft=4;spacingRight=4;overflow=hidden;rotatable=0;points=[[0,0.5],[1,0.5]];portConstraint=eastwest;whiteSpace=wrap;html=1;" vertex="1" parent="42">
+                 <mxCell id="44" value="+ Name : string" style="text;strokeColor=none;fillColor=none;align=left;verticalAlign=top;spacingLeft=4;spacingRight=4;overflow=hidden;rotatable=0;points=[[0,0.5],[1,0.5]];portConstraint=eastwest;whiteSpace=wrap;html=1;" parent="42" vertex="1">
                    <mxGeometry y="52" width="140" height="26" as="geometry"/>
+                 </mxCell>
+                 <mxCell id="46" value="«interface»&lt;br&gt;&lt;b&gt;IConverter&lt;/b&gt;" style="html=1;whiteSpace=wrap;fillColor=#E5CCFF;" vertex="1" parent="1">
+                     <mxGeometry x="2580" y="-6800" width="110" height="50" as="geometry"/>
+                 </mxCell>
+                 <mxCell id="47" value="«interface»&lt;br&gt;&lt;b&gt;IRestore&lt;/b&gt;" style="html=1;whiteSpace=wrap;fillColor=#E5CCFF;" vertex="1" parent="1">
+                     <mxGeometry x="2420" y="-6800" width="110" height="50" as="geometry"/>
+                 </mxCell>
+                 <mxCell id="48" value="&lt;p style=&quot;margin:0px;margin-top:4px;text-align:center;&quot;&gt;&lt;i&gt;&amp;lt;&amp;lt;Interface&amp;gt;&amp;gt;&lt;/i&gt;&lt;/p&gt;&lt;p style=&quot;margin:0px;margin-top:4px;text-align:center;&quot;&gt;&lt;i&gt;&lt;b&gt;IDepartmentRepository&lt;/b&gt;&lt;/i&gt;&lt;/p&gt;&lt;hr size=&quot;1&quot; style=&quot;border-style:solid;&quot;&gt;&lt;p style=&quot;margin:0px;margin-left:4px;&quot;&gt;+ FindAll() : List&lt;br&gt;+ FindById(id) : int&lt;/p&gt;&lt;p style=&quot;margin:0px;margin-left:4px;&quot;&gt;Create(department) : void&lt;/p&gt;" style="verticalAlign=top;align=left;overflow=fill;html=1;whiteSpace=wrap;fillColor=#E5CCFF;" vertex="1" parent="1">
+                     <mxGeometry x="2560" y="-6990" width="190" height="140" as="geometry"/>
+                 </mxCell>
+                 <mxCell id="50" value="&lt;p style=&quot;margin:0px;margin-top:4px;text-align:center;&quot;&gt;&lt;i&gt;&amp;lt;&amp;lt;Interface&amp;gt;&amp;gt;&lt;/i&gt;&lt;/p&gt;&lt;p style=&quot;margin:0px;margin-top:4px;text-align:center;&quot;&gt;&lt;i&gt;&lt;b&gt;IEmployeeRepository&lt;/b&gt;&lt;/i&gt;&lt;/p&gt;&lt;hr size=&quot;1&quot; style=&quot;border-style:solid;&quot;&gt;&lt;p style=&quot;margin:0px;margin-left:4px;&quot;&gt;+ FindAll() : List&lt;br&gt;+ FindById(id) : int&lt;/p&gt;&lt;p style=&quot;margin:0px;margin-left:4px;&quot;&gt;Create(employee) : void&lt;/p&gt;" style="verticalAlign=top;align=left;overflow=fill;html=1;whiteSpace=wrap;fillColor=#E5CCFF;" vertex="1" parent="1">
+                     <mxGeometry x="2350" y="-6990" width="190" height="140" as="geometry"/>
+                 </mxCell>
+                 <mxCell id="52" value="EmployeeRegisterService" style="swimlane;fontStyle=1;align=center;verticalAlign=top;childLayout=stackLayout;horizontal=1;startSize=26;horizontalStack=0;resizeParent=1;resizeParentMax=0;resizeLast=0;collapsible=1;marginBottom=0;whiteSpace=wrap;html=1;fillColor=#CCFFFF;" vertex="1" parent="1">
+                     <mxGeometry x="2330" y="-7220" width="210" height="216" as="geometry"/>
+                 </mxCell>
+                 <mxCell id="53" value="- _context : readonly" style="text;strokeColor=none;fillColor=none;align=left;verticalAlign=top;spacingLeft=4;spacingRight=4;overflow=hidden;rotatable=0;points=[[0,0.5],[1,0.5]];portConstraint=eastwest;whiteSpace=wrap;html=1;" vertex="1" parent="52">
+                     <mxGeometry y="26" width="210" height="26" as="geometry"/>
+                 </mxCell>
+                 <mxCell id="57" value="- employeeRepository : readonly" style="text;strokeColor=none;fillColor=none;align=left;verticalAlign=top;spacingLeft=4;spacingRight=4;overflow=hidden;rotatable=0;points=[[0,0.5],[1,0.5]];portConstraint=eastwest;whiteSpace=wrap;html=1;" vertex="1" parent="52">
+                     <mxGeometry y="52" width="210" height="26" as="geometry"/>
+                 </mxCell>
+                 <mxCell id="56" value="- _departmentRepository : readonly" style="text;strokeColor=none;fillColor=none;align=left;verticalAlign=top;spacingLeft=4;spacingRight=4;overflow=hidden;rotatable=0;points=[[0,0.5],[1,0.5]];portConstraint=eastwest;whiteSpace=wrap;html=1;" vertex="1" parent="52">
+                     <mxGeometry y="78" width="210" height="26" as="geometry"/>
+                 </mxCell>
+                 <mxCell id="54" value="" style="line;strokeWidth=1;fillColor=none;align=left;verticalAlign=middle;spacingTop=-1;spacingLeft=3;spacingRight=3;rotatable=0;labelPosition=right;points=[];portConstraint=eastwest;strokeColor=inherit;" vertex="1" parent="52">
+                     <mxGeometry y="104" width="210" height="8" as="geometry"/>
+                 </mxCell>
+                 <mxCell id="55" value="+ EmployeeRegisterService()" style="text;strokeColor=none;fillColor=none;align=left;verticalAlign=top;spacingLeft=4;spacingRight=4;overflow=hidden;rotatable=0;points=[[0,0.5],[1,0.5]];portConstraint=eastwest;whiteSpace=wrap;html=1;" vertex="1" parent="52">
+                     <mxGeometry y="112" width="210" height="26" as="geometry"/>
+                 </mxCell>
+                 <mxCell id="67" value="+ GetById(id) :" style="text;strokeColor=none;fillColor=none;align=left;verticalAlign=top;spacingLeft=4;spacingRight=4;overflow=hidden;rotatable=0;points=[[0,0.5],[1,0.5]];portConstraint=eastwest;whiteSpace=wrap;html=1;" vertex="1" parent="52">
+                     <mxGeometry y="138" width="210" height="26" as="geometry"/>
+                 </mxCell>
+                 <mxCell id="68" value="+ GetDepartments() : List" style="text;strokeColor=none;fillColor=none;align=left;verticalAlign=top;spacingLeft=4;spacingRight=4;overflow=hidden;rotatable=0;points=[[0,0.5],[1,0.5]];portConstraint=eastwest;whiteSpace=wrap;html=1;" vertex="1" parent="52">
+                     <mxGeometry y="164" width="210" height="26" as="geometry"/>
+                 </mxCell>
+                 <mxCell id="66" value="+ Register(employee) : void" style="text;strokeColor=none;fillColor=none;align=left;verticalAlign=top;spacingLeft=4;spacingRight=4;overflow=hidden;rotatable=0;points=[[0,0.5],[1,0.5]];portConstraint=eastwest;whiteSpace=wrap;html=1;" vertex="1" parent="52">
+                     <mxGeometry y="190" width="210" height="26" as="geometry"/>
+                 </mxCell>
+                 <mxCell id="69" value="DepartmentRegisterService" style="swimlane;fontStyle=1;align=center;verticalAlign=top;childLayout=stackLayout;horizontal=1;startSize=26;horizontalStack=0;resizeParent=1;resizeParentMax=0;resizeLast=0;collapsible=1;marginBottom=0;whiteSpace=wrap;html=1;fillColor=#CCFFFF;" vertex="1" parent="1">
+                     <mxGeometry x="2560" y="-7220" width="210" height="216" as="geometry"/>
+                 </mxCell>
+                 <mxCell id="70" value="- _context : readonly" style="text;strokeColor=none;fillColor=none;align=left;verticalAlign=top;spacingLeft=4;spacingRight=4;overflow=hidden;rotatable=0;points=[[0,0.5],[1,0.5]];portConstraint=eastwest;whiteSpace=wrap;html=1;" vertex="1" parent="69">
+                     <mxGeometry y="26" width="210" height="26" as="geometry"/>
+                 </mxCell>
+                 <mxCell id="71" value="- employeeRepository : readonly" style="text;strokeColor=none;fillColor=none;align=left;verticalAlign=top;spacingLeft=4;spacingRight=4;overflow=hidden;rotatable=0;points=[[0,0.5],[1,0.5]];portConstraint=eastwest;whiteSpace=wrap;html=1;" vertex="1" parent="69">
+                     <mxGeometry y="52" width="210" height="26" as="geometry"/>
+                 </mxCell>
+                 <mxCell id="72" value="- _departmentRepository : readonly" style="text;strokeColor=none;fillColor=none;align=left;verticalAlign=top;spacingLeft=4;spacingRight=4;overflow=hidden;rotatable=0;points=[[0,0.5],[1,0.5]];portConstraint=eastwest;whiteSpace=wrap;html=1;" vertex="1" parent="69">
+                     <mxGeometry y="78" width="210" height="26" as="geometry"/>
+                 </mxCell>
+                 <mxCell id="73" value="" style="line;strokeWidth=1;fillColor=none;align=left;verticalAlign=middle;spacingTop=-1;spacingLeft=3;spacingRight=3;rotatable=0;labelPosition=right;points=[];portConstraint=eastwest;strokeColor=inherit;" vertex="1" parent="69">
+                     <mxGeometry y="104" width="210" height="8" as="geometry"/>
+                 </mxCell>
+                 <mxCell id="74" value="+ DepartmentRegisterService()" style="text;strokeColor=none;fillColor=none;align=left;verticalAlign=top;spacingLeft=4;spacingRight=4;overflow=hidden;rotatable=0;points=[[0,0.5],[1,0.5]];portConstraint=eastwest;whiteSpace=wrap;html=1;" vertex="1" parent="69">
+                     <mxGeometry y="112" width="210" height="26" as="geometry"/>
+                 </mxCell>
+                 <mxCell id="75" value="+ GetById(id) :" style="text;strokeColor=none;fillColor=none;align=left;verticalAlign=top;spacingLeft=4;spacingRight=4;overflow=hidden;rotatable=0;points=[[0,0.5],[1,0.5]];portConstraint=eastwest;whiteSpace=wrap;html=1;" vertex="1" parent="69">
+                     <mxGeometry y="138" width="210" height="26" as="geometry"/>
+                 </mxCell>
+                 <mxCell id="76" value="+ GetEmployees() : List" style="text;strokeColor=none;fillColor=none;align=left;verticalAlign=top;spacingLeft=4;spacingRight=4;overflow=hidden;rotatable=0;points=[[0,0.5],[1,0.5]];portConstraint=eastwest;whiteSpace=wrap;html=1;" vertex="1" parent="69">
+                     <mxGeometry y="164" width="210" height="26" as="geometry"/>
+                 </mxCell>
+                 <mxCell id="77" value="+ Register(department) : void" style="text;strokeColor=none;fillColor=none;align=left;verticalAlign=top;spacingLeft=4;spacingRight=4;overflow=hidden;rotatable=0;points=[[0,0.5],[1,0.5]];portConstraint=eastwest;whiteSpace=wrap;html=1;" vertex="1" parent="69">
+                     <mxGeometry y="190" width="210" height="26" as="geometry"/>
                </mxCell>
            </root>
        </mxGraphModel>
    </diagram>
</mxfile>